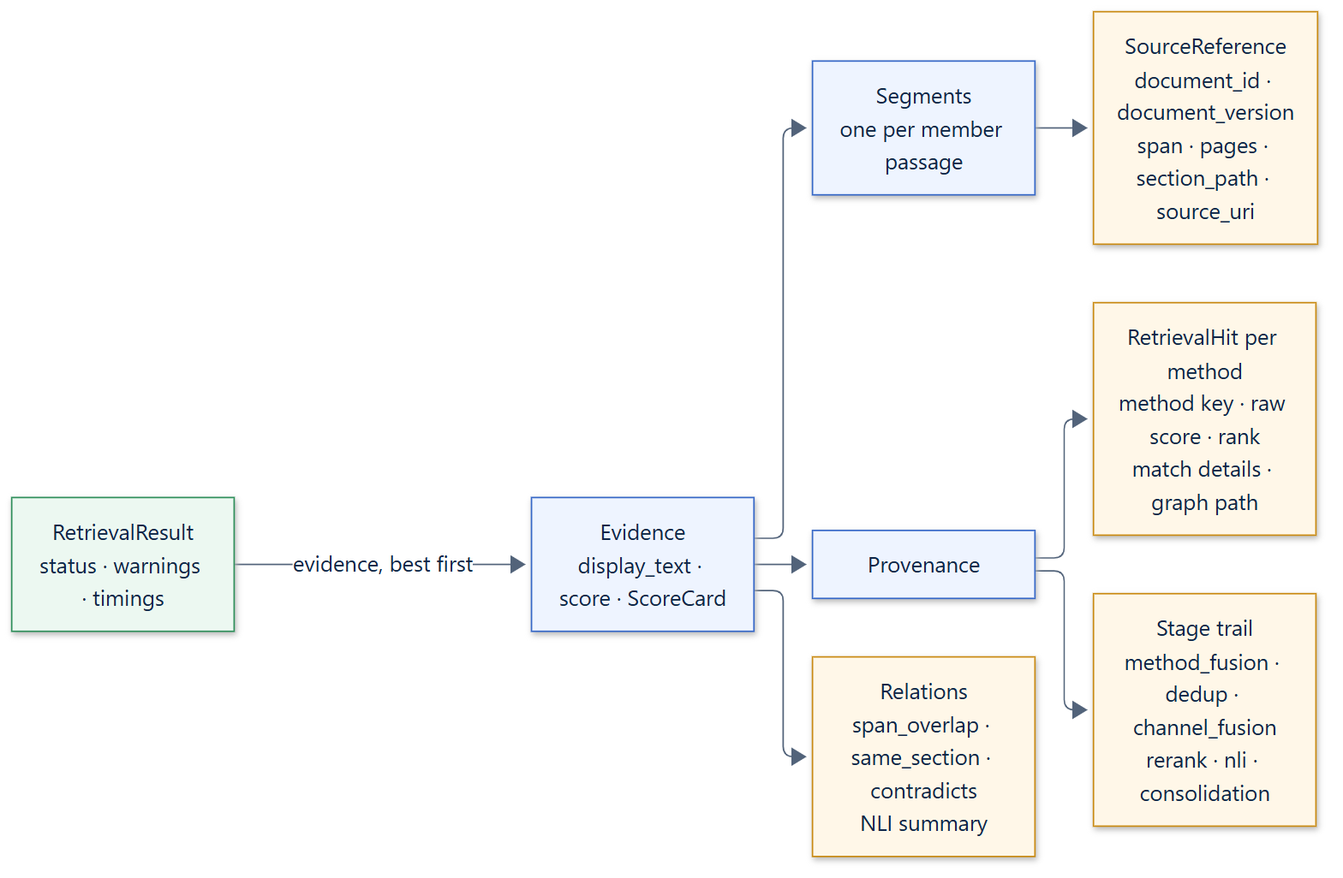
Before: docs/assets/diagrams/evidence-provenance.png, a diagram exported from Mermaid (smuniharish/retrievalloom). Its source is kept beside it as diagrams/evidence-provenance.mmd. The source it was exported from:
```mermaid
flowchart LR
    classDef app fill:#ecf8f1,stroke:#2f8f5b,color:#0f2547
    classDef core fill:#eef4ff,stroke:#3567c7,color:#0f2547
    classDef provider fill:#fff7e8,stroke:#c98a12,color:#0f2547

    result["RetrievalResult<br/>status · warnings · timings"]:::app
    evidence["Evidence<br/>display_text · score · ScoreCard"]:::core
    segments["Segments<br/>one per member passage"]:::core
    source["SourceReference<br/>document_id · document_version<br/>span · pages · section_path · source_uri"]:::provider
    provenance["Provenance"]:::core
    hits["RetrievalHit per method<br/>method key · raw score · rank<br/>match details · graph path"]:::provider
    trail["Stage trail<br/>method_fusion · dedup · channel_fusion<br/>rerank · nli · consolidation"]:::provider
    relations["Relations<br/>span_overlap · same_section · contradicts<br/>NLI summary"]:::provider

    result -- "evidence, best first" --> evidence
    evidence --> segments --> source
    evidence --> provenance
    provenance --> hits
    provenance --> trail
    evidence --> relations
```
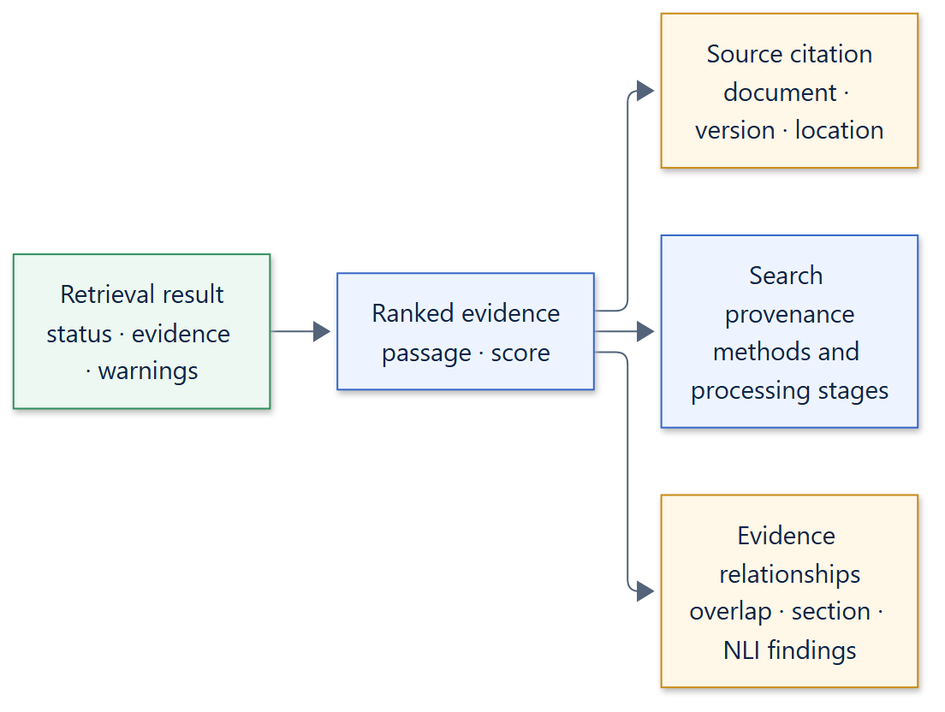
Later version of the same file.

What changed in the source:
```diff
@@ -3,18 +3,13 @@
     classDef core fill:#eef4ff,stroke:#3567c7,color:#0f2547
     classDef provider fill:#fff7e8,stroke:#c98a12,color:#0f2547
 
-    result["RetrievalResult<br/>status · warnings · timings"]:::app
-    evidence["Evidence<br/>display_text · score · ScoreCard"]:::core
-    segments["Segments<br/>one per member passage"]:::core
-    source["SourceReference<br/>document_id · document_version<br/>span · pages · section_path · source_uri"]:::provider
-    provenance["Provenance"]:::core
-    hits["RetrievalHit per method<br/>method key · raw score · rank<br/>match details · graph path"]:::provider
-    trail["Stage trail<br/>method_fusion · dedup · channel_fusion<br/>rerank · nli · consolidation"]:::provider
-    relations["Relations<br/>span_overlap · same_section · contradicts<br/>NLI summary"]:::provider
+    result["Retrieval result<br/>status · evidence · warnings"]:::app
+    evidence["Ranked evidence<br/>passage · score"]:::core
+    source["Source citation<br/>document · version · location"]:::provider
+    provenance["Search provenance<br/>methods and processing stages"]:::core
+    relations["Evidence relationships<br/>overlap · section · NLI findings"]:::provider
 
-    result -- "evidence, best first" --> evidence
-    evidence --> segments --> source
+    result --> evidence
+    evidence --> source
     evidence --> provenance
-    provenance --> hits
-    provenance --> trail
     evidence --> relations
```
